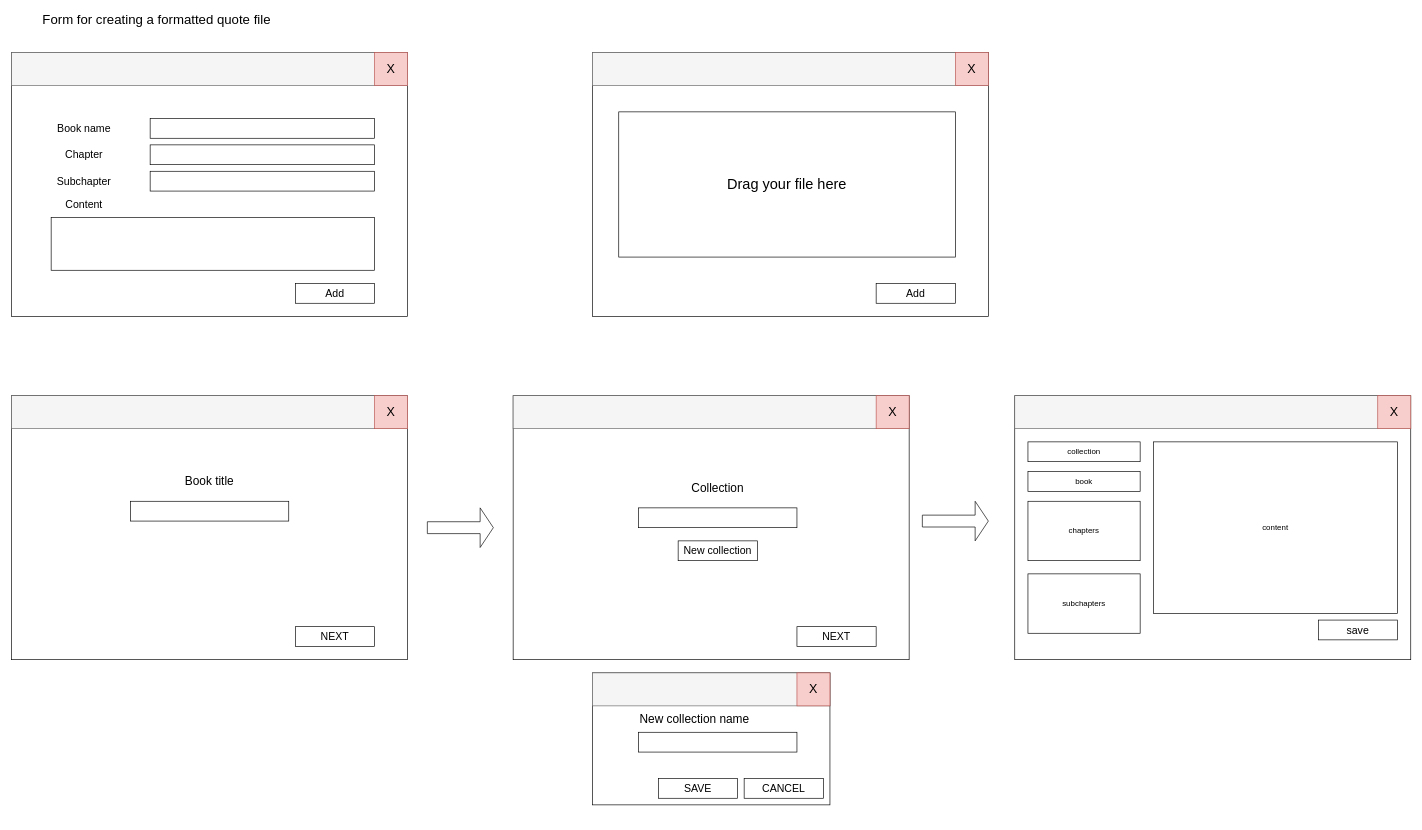
Before: page "Creating quote file" (1 of 2) of Documentation/Forms.drawio in MihaiDaniel/QuoteR, a draw.io diagram. Source tidied: cells renumbered, new cells numbered last; positions are measured from the earlier drawing's top-left corner, leaving out a move shared by most shapes. Both pictures are drawn from the tidied source at 66%, with x=0, y=0 at pixel (11, 13).
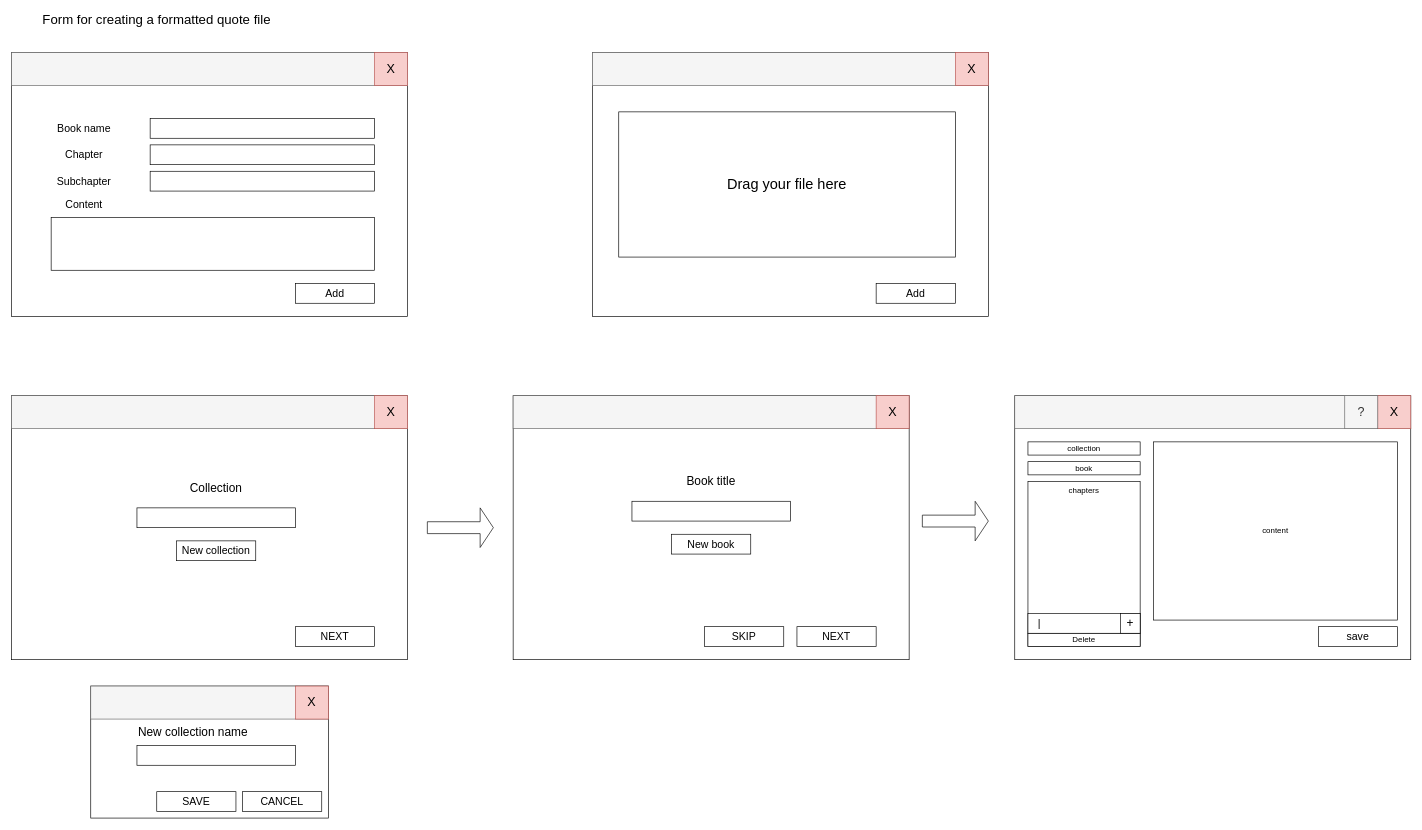
After the change.

What changed in the source:
```diff
@@
     <mxCell id="20" style="rounded=0;whiteSpace=wrap;html=1;" parent="1" vertex="1">
-      <mxGeometry y="580" width="600" height="400" as="geometry" />
+      <mxGeometry x="760" y="580" width="600" height="400" as="geometry" />
     </mxCell>
     <mxCell id="21" style="rounded=0;whiteSpace=wrap;html=1;fillColor=#f5f5f5;strokeColor=#666666;fontColor=#333333;" parent="1" vertex="1">
-      <mxGeometry y="580" width="600" height="50" as="geometry" />
+      <mxGeometry x="760" y="580" width="600" height="50" as="geometry" />
     </mxCell>
     <mxCell id="22" value="&lt;font style=&quot;font-size: 19px&quot;&gt;X&lt;/font&gt;" style="rounded=0;whiteSpace=wrap;html=1;fillColor=#f8cecc;strokeColor=#b85450;" parent="1" vertex="1">
-      <mxGeometry x="550" y="580" width="50" height="50" as="geometry" />
+      <mxGeometry x="1310" y="580" width="50" height="50" as="geometry" />
     </mxCell>
     <mxCell id="23" value="&lt;font style=&quot;font-size: 16px&quot;&gt;NEXT&lt;/font&gt;" style="rounded=0;whiteSpace=wrap;html=1;" parent="1" vertex="1">
-      <mxGeometry x="430" y="930" width="120" height="30" as="geometry" />
+      <mxGeometry x="1190" y="930" width="120" height="30" as="geometry" />
     </mxCell>
     <mxCell id="24" value="&lt;font style=&quot;font-size: 18px&quot;&gt;Book title&lt;/font&gt;" style="text;html=1;strokeColor=none;fillColor=none;align=center;verticalAlign=middle;whiteSpace=wrap;rounded=0;" parent="1" vertex="1">
-      <mxGeometry x="215" y="700" width="170" height="20" as="geometry" />
+      <mxGeometry x="975" y="700" width="170" height="20" as="geometry" />
     </mxCell>
     <mxCell id="25" style="rounded=0;whiteSpace=wrap;html=1;" parent="1" vertex="1">
-      <mxGeometry x="180" y="740" width="240" height="30" as="geometry" />
+      <mxGeometry x="940" y="740" width="240" height="30" as="geometry" />
     </mxCell>
@@
     <mxCell id="27" style="rounded=0;whiteSpace=wrap;html=1;" parent="1" vertex="1">
-      <mxGeometry x="760" y="580" width="600" height="400" as="geometry" />
+      <mxGeometry y="580" width="600" height="400" as="geometry" />
     </mxCell>
     <mxCell id="28" style="rounded=0;whiteSpace=wrap;html=1;fillColor=#f5f5f5;strokeColor=#666666;fontColor=#333333;" parent="1" vertex="1">
-      <mxGeometry x="760" y="580" width="600" height="50" as="geometry" />
+      <mxGeometry y="580" width="600" height="50" as="geometry" />
     </mxCell>
     <mxCell id="29" value="&lt;font style=&quot;font-size: 19px&quot;&gt;X&lt;/font&gt;" style="rounded=0;whiteSpace=wrap;html=1;fillColor=#f8cecc;strokeColor=#b85450;" parent="1" vertex="1">
-      <mxGeometry x="1310" y="580" width="50" height="50" as="geometry" />
+      <mxGeometry x="550" y="580" width="50" height="50" as="geometry" />
     </mxCell>
     <mxCell id="30" value="&lt;font style=&quot;font-size: 16px&quot;&gt;NEXT&lt;/font&gt;" style="rounded=0;whiteSpace=wrap;html=1;" parent="1" vertex="1">
-      <mxGeometry x="1190" y="930" width="120" height="30" as="geometry" />
+      <mxGeometry x="430" y="930" width="120" height="30" as="geometry" />
     </mxCell>
     <mxCell id="31" value="&lt;font style=&quot;font-size: 18px&quot;&gt;Collection&lt;/font&gt;" style="text;html=1;strokeColor=none;fillColor=none;align=center;verticalAlign=middle;whiteSpace=wrap;rounded=0;" parent="1" vertex="1">
-      <mxGeometry x="985" y="710" width="170" height="20" as="geometry" />
+      <mxGeometry x="225" y="710" width="170" height="20" as="geometry" />
     </mxCell>
     <mxCell id="32" style="rounded=0;whiteSpace=wrap;html=1;" parent="1" vertex="1">
-      <mxGeometry x="950" y="750" width="240" height="30" as="geometry" />
+      <mxGeometry x="190" y="750" width="240" height="30" as="geometry" />
     </mxCell>
     <mxCell id="33" value="&lt;font style=&quot;font-size: 16px&quot;&gt;New collection&lt;/font&gt;" style="rounded=0;whiteSpace=wrap;html=1;" parent="1" vertex="1">
-      <mxGeometry x="1010" y="800" width="120" height="30" as="geometry" />
+      <mxGeometry x="250" y="800" width="120" height="30" as="geometry" />
     </mxCell>
@@
     <mxCell id="38" value="&lt;font style=&quot;font-size: 16px&quot;&gt;save&lt;/font&gt;" style="rounded=0;whiteSpace=wrap;html=1;" parent="1" vertex="1">
-      <mxGeometry x="1980" y="920" width="120" height="30" as="geometry" />
+      <mxGeometry x="1980" y="930" width="120" height="30" as="geometry" />
     </mxCell>
     <mxCell id="39" style="rounded=0;whiteSpace=wrap;html=1;" parent="1" vertex="1">
-      <mxGeometry x="880" y="1000" width="360" height="200" as="geometry" />
+      <mxGeometry x="120" y="1020" width="360" height="200" as="geometry" />
     </mxCell>
     <mxCell id="40" style="rounded=0;whiteSpace=wrap;html=1;fillColor=#f5f5f5;strokeColor=#666666;fontColor=#333333;" parent="1" vertex="1">
-      <mxGeometry x="880" y="1000" width="360" height="50" as="geometry" />
+      <mxGeometry x="120" y="1020" width="360" height="50" as="geometry" />
     </mxCell>
     <mxCell id="41" value="&lt;font style=&quot;font-size: 19px&quot;&gt;X&lt;/font&gt;" style="rounded=0;whiteSpace=wrap;html=1;fillColor=#f8cecc;strokeColor=#b85450;" parent="1" vertex="1">
-      <mxGeometry x="1190" y="1000" width="50" height="50" as="geometry" />
+      <mxGeometry x="430" y="1020" width="50" height="50" as="geometry" />
     </mxCell>
     <mxCell id="42" value="&lt;font style=&quot;font-size: 16px&quot;&gt;CANCEL&lt;/font&gt;" style="rounded=0;whiteSpace=wrap;html=1;" parent="1" vertex="1">
-      <mxGeometry x="1110" y="1160" width="120" height="30" as="geometry" />
+      <mxGeometry x="350" y="1180" width="120" height="30" as="geometry" />
     </mxCell>
     <mxCell id="43" value="&lt;font style=&quot;font-size: 16px&quot;&gt;SAVE&lt;/font&gt;" style="rounded=0;whiteSpace=wrap;html=1;" parent="1" vertex="1">
-      <mxGeometry x="980" y="1160" width="120" height="30" as="geometry" />
+      <mxGeometry x="220" y="1180" width="120" height="30" as="geometry" />
     </mxCell>
     <mxCell id="44" style="rounded=0;whiteSpace=wrap;html=1;" parent="1" vertex="1">
-      <mxGeometry x="950" y="1090" width="240" height="30" as="geometry" />
+      <mxGeometry x="190" y="1110" width="240" height="30" as="geometry" />
     </mxCell>
     <mxCell id="45" value="&lt;font style=&quot;font-size: 18px&quot;&gt;New collection name&lt;/font&gt;" style="text;html=1;strokeColor=none;fillColor=none;align=center;verticalAlign=middle;whiteSpace=wrap;rounded=0;" parent="1" vertex="1">
-      <mxGeometry x="950" y="1060" width="170" height="20" as="geometry" />
+      <mxGeometry x="190" y="1080" width="170" height="20" as="geometry" />
     </mxCell>
     <mxCell id="46" value="collection" style="rounded=0;whiteSpace=wrap;html=1;" parent="1" vertex="1">
-      <mxGeometry x="1540" y="650" width="170" height="30" as="geometry" />
+      <mxGeometry x="1540" y="650" width="170" height="20" as="geometry" />
     </mxCell>
     <mxCell id="47" value="book" style="rounded=0;whiteSpace=wrap;html=1;" parent="1" vertex="1">
-      <mxGeometry x="1540" y="695" width="170" height="30" as="geometry" />
+      <mxGeometry x="1540" y="680" width="170" height="20" as="geometry" />
     </mxCell>
-    <mxCell id="48" value="chapters" style="rounded=0;whiteSpace=wrap;html=1;" parent="1" vertex="1">
-      <mxGeometry x="1540" y="740" width="170" height="90" as="geometry" />
+    <mxCell id="48" value="chapters" style="rounded=0;whiteSpace=wrap;html=1;verticalAlign=top;" parent="1" vertex="1">
+      <mxGeometry x="1540" y="710" width="170" height="250" as="geometry" />
     </mxCell>
-    <mxCell id="49" value="subchapters" style="rounded=0;whiteSpace=wrap;html=1;" parent="1" vertex="1">
-      <mxGeometry x="1540" y="850" width="170" height="90" as="geometry" />
-    </mxCell>
     <mxCell id="50" value="content" style="rounded=0;whiteSpace=wrap;html=1;" parent="1" vertex="1">
-      <mxGeometry x="1730" y="650" width="370" height="260" as="geometry" />
+      <mxGeometry x="1730" y="650" width="370" height="270" as="geometry" />
     </mxCell>
+    <mxCell id="51" value="Delete" style="rounded=0;whiteSpace=wrap;html=1;" parent="1" vertex="1">
+      <mxGeometry x="1540" y="940" width="170" height="20" as="geometry" />
+    </mxCell>
+    <mxCell id="52" value="&lt;font style=&quot;font-size: 16px&quot;&gt;New book&lt;/font&gt;" style="rounded=0;whiteSpace=wrap;html=1;" parent="1" vertex="1">
+      <mxGeometry x="1000" y="790" width="120" height="30" as="geometry" />
+    </mxCell>
+    <mxCell id="53" value="&lt;font style=&quot;font-size: 16px&quot;&gt;SKIP&lt;/font&gt;" style="rounded=0;whiteSpace=wrap;html=1;" parent="1" vertex="1">
+      <mxGeometry x="1050" y="930" width="120" height="30" as="geometry" />
+    </mxCell>
+    <mxCell id="54" value="&lt;span style=&quot;font-size: 16px&quot;&gt;&amp;nbsp; &amp;nbsp;|&lt;/span&gt;" style="rounded=0;whiteSpace=wrap;html=1;align=left;" parent="1" vertex="1">
+      <mxGeometry x="1540" y="910" width="170" height="30" as="geometry" />
+    </mxCell>
+    <mxCell id="55" value="&lt;font style=&quot;font-size: 18px&quot;&gt;+&lt;/font&gt;" style="rounded=0;whiteSpace=wrap;html=1;" parent="1" vertex="1">
+      <mxGeometry x="1680" y="910" width="30" height="30" as="geometry" />
+    </mxCell>
+    <mxCell id="56" value="&lt;font style=&quot;font-size: 19px&quot;&gt;?&lt;/font&gt;" style="rounded=0;whiteSpace=wrap;html=1;fillColor=#f5f5f5;strokeColor=#666666;fontColor=#333333;" parent="1" vertex="1">
+      <mxGeometry x="2020" y="580" width="50" height="50" as="geometry" />
+    </mxCell>
```
